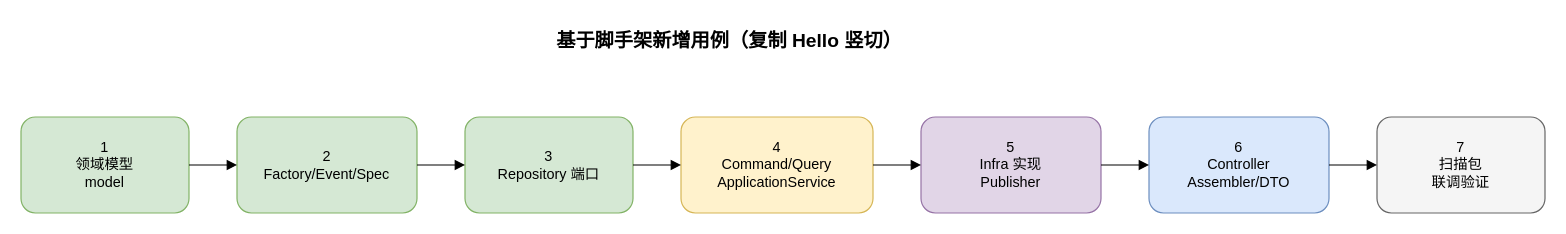
Above: docs/diagrams/03-usecase-extension.drawio in jiangbyte/hei-ddd-ai-lite (draw.io), before the change. Source tidied: cells renumbered, new cells numbered last; positions are measured from the earlier drawing's top-left corner, leaving out a move shared by most shapes. Both pictures are drawn from the tidied source at 120%, with x=0, y=0 at pixel (20, 20).
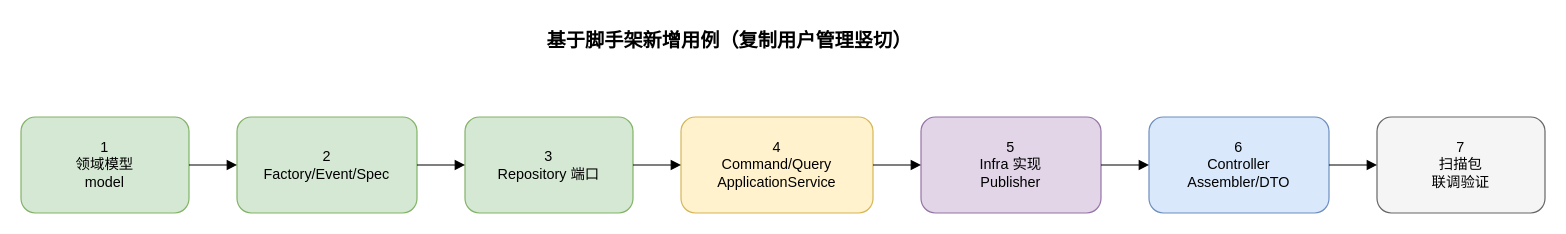
After the change.

The edit, as a diff of the source:
```diff
@@
 <mxGraphModel>
   <root>
     <mxCell id="0" />
     <mxCell id="1" parent="0" />
-    <mxCell id="2" value="基于脚手架新增用例（复制 Hello 竖切）" style="text;html=1;fontSize=16;fontStyle=1;align=center;" parent="1" vertex="1">
+    <mxCell id="2" value="基于脚手架新增用例（复制用户管理竖切）" style="text;html=1;fontSize=16;fontStyle=1;align=center;" parent="1" vertex="1">
       <mxGeometry x="380" width="420" height="30" as="geometry" />
     </mxCell>
     <mxCell id="3" value="1&#10;领域模型&#10;model" style="rounded=1;whiteSpace=wrap;html=1;fillColor=#d5e8d4;strokeColor=#82b366;" parent="1" vertex="1">
       <mxGeometry y="80" width="140" height="80" as="geometry" />
     </mxCell>
     <mxCell id="4" value="2&#10;Factory/Event/Spec" style="rounded=1;whiteSpace=wrap;html=1;fillColor=#d5e8d4;strokeColor=#82b366;" parent="1" vertex="1">
       <mxGeometry x="180" y="80" width="150" height="80" as="geometry" />
     </mxCell>
     <mxCell id="5" value="3&#10;Repository 端口" style="rounded=1;whiteSpace=wrap;html=1;fillColor=#d5e8d4;strokeColor=#82b366;" parent="1" vertex="1">
       <mxGeometry x="370" y="80" width="140" height="80" as="geometry" />
     </mxCell>
     <mxCell id="6" value="4&#10;Command/Query&#10;ApplicationService" style="rounded=1;whiteSpace=wrap;html=1;fillColor=#fff2cc;strokeColor=#d6b656;" parent="1" vertex="1">
       <mxGeometry x="550" y="80" width="160" height="80" as="geometry" />
     </mxCell>
     <mxCell id="7" value="5&#10;Infra 实现&#10;Publisher" style="rounded=1;whiteSpace=wrap;html=1;fillColor=#e1d5e7;strokeColor=#9673a6;" parent="1" vertex="1">
       <mxGeometry x="750" y="80" width="150" height="80" as="geometry" />
     </mxCell>
     <mxCell id="8" value="6&#10;Controller&#10;Assembler/DTO" style="rounded=1;whiteSpace=wrap;html=1;fillColor=#dae8fc;strokeColor=#6c8ebf;" parent="1" vertex="1">
       <mxGeometry x="940" y="80" width="150" height="80" as="geometry" />
     </mxCell>
     <mxCell id="9" value="7&#10;扫描包&#10;联调验证" style="rounded=1;whiteSpace=wrap;html=1;fillColor=#f5f5f5;strokeColor=#666666;" parent="1" vertex="1">
       <mxGeometry x="1130" y="80" width="140" height="80" as="geometry" />
     </mxCell>
     <mxCell id="10" style="endArrow=block;html=1;rounded=1;" parent="1" edge="1" source="3" target="4">
       <mxGeometry relative="1" as="geometry" />
     </mxCell>
     <mxCell id="11" style="endArrow=block;html=1;rounded=1;" parent="1" edge="1" source="4" target="5">
       <mxGeometry relative="1" as="geometry" />
     </mxCell>
     <mxCell id="12" style="endArrow=block;html=1;rounded=1;" parent="1" edge="1" source="5" target="6">
       <mxGeometry relative="1" as="geometry" />
     </mxCell>
     <mxCell id="13" style="endArrow=block;html=1;rounded=1;" parent="1" edge="1" source="6" target="7">
       <mxGeometry relative="1" as="geometry" />
     </mxCell>
     <mxCell id="14" style="endArrow=block;html=1;rounded=1;" parent="1" edge="1" source="7" target="8">
       <mxGeometry relative="1" as="geometry" />
     </mxCell>
     <mxCell id="15" style="endArrow=block;html=1;rounded=1;" parent="1" edge="1" source="8" target="9">
       <mxGeometry relative="1" as="geometry" />
     </mxCell>
   </root>
 </mxGraphModel>
```
